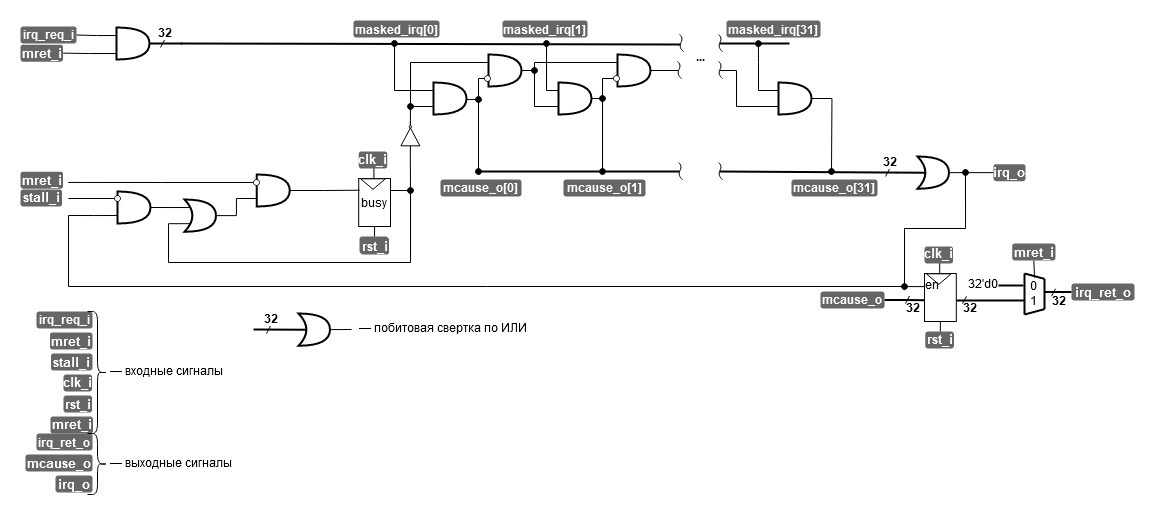
The draw.io diagram .pic/Labs/lab_10_irq/fig_05.drawio.png in MPSU/APS, before a commit. Source tidied: cells renumbered, new cells last; positions are measured from the earlier drawing's top-left corner, leaving out a move shared by most shapes.
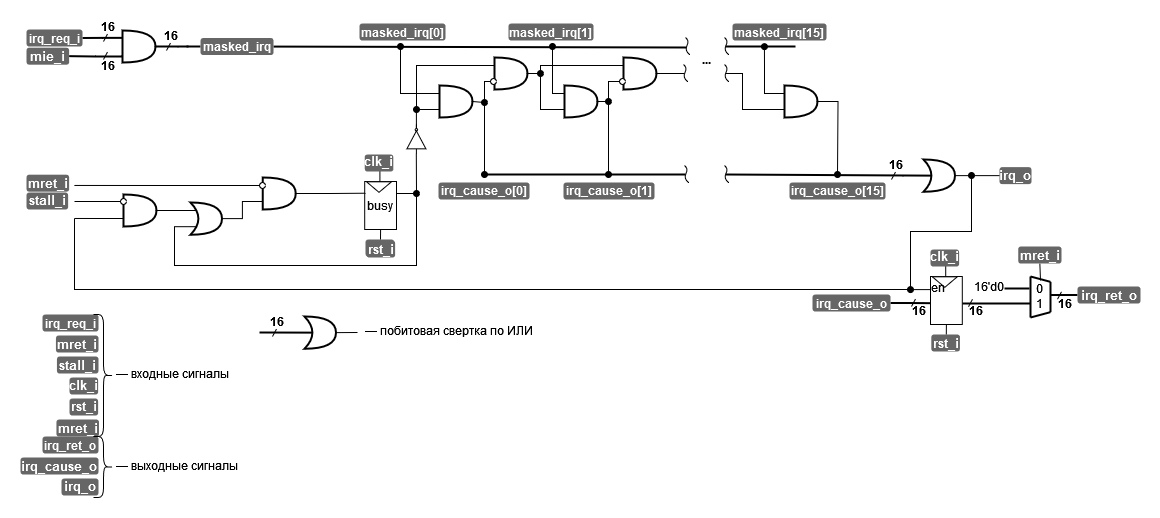
Above is the later version.

Commit message:
ЛР10. Переработка mcause

The edit, as a diff of the source:
```diff
@@ -128,9 +128,8 @@
     <mxCell id="28" style="shape=or;whiteSpace=wrap;html=1;strokeWidth=2;" parent="1" vertex="1">
       <mxGeometry x="413" y="62" width="33" height="32" as="geometry" />
     </mxCell>
-    <mxCell id="29" style="endArrow=none;html=1;rounded=0;strokeWidth=2;" parent="1" edge="1">
+    <mxCell id="29" style="endArrow=none;html=1;rounded=0;strokeWidth=2;" parent="1" edge="1" source="138">
       <mxGeometry relative="1" as="geometry">
-        <mxPoint x="160" y="23" as="sourcePoint" />
         <mxPoint x="660" y="24" as="targetPoint" />
       </mxGeometry>
     </mxCell>
@@ -299,8 +298,8 @@
         <mxPoint x="699" y="151" as="sourcePoint" />
       </mxGeometry>
     </mxCell>
-    <mxCell id="54" value="mcause_o[31]" style="text;html=1;strokeColor=none;fillColor=#666666;align=center;verticalAlign=middle;whiteSpace=wrap;rounded=1;fontStyle=1;fontColor=#FFFFFF;" parent="1" vertex="1">
-      <mxGeometry x="771" y="159" width="86" height="17" as="geometry" />
+    <mxCell id="54" value="irq_cause_o[15]" style="text;html=1;strokeColor=none;fillColor=#666666;align=center;verticalAlign=middle;whiteSpace=wrap;rounded=1;fontStyle=1;fontColor=#FFFFFF;" parent="1" vertex="1">
+      <mxGeometry x="763" y="159" width="96" height="17" as="geometry" />
     </mxCell>
     <mxCell id="55" style="edgeStyle=orthogonalEdgeStyle;rounded=0;jettySize=auto;html=1;exitX=1;exitY=0.5;exitDx=0;exitDy=0;exitPerimeter=0;entryX=0;entryY=0.5;entryDx=0;entryDy=0;endArrow=none;endFill=0;" parent="1" edge="1" source="56" target="23">
       <mxGeometry relative="1" as="geometry" />
@@ -308,11 +307,11 @@
     <mxCell id="56" style="shape=xor;whiteSpace=wrap;html=1;rounded=1;strokeColor=#000000;fontSize=16;fontColor=#000000;fillColor=none;rotation=0;comic=0;jiggle=0.5;strokeWidth=2;" parent="1" vertex="1">
       <mxGeometry x="897" y="136" width="31.5" height="32.2" as="geometry" />
     </mxCell>
-    <mxCell id="57" value="mcause_o[1]" style="text;html=1;strokeColor=none;fillColor=#666666;align=center;verticalAlign=middle;whiteSpace=wrap;rounded=1;fontStyle=1;fontColor=#FFFFFF;" parent="1" vertex="1">
-      <mxGeometry x="543" y="159" width="82" height="17" as="geometry" />
+    <mxCell id="57" value="irq_cause_o[1]" style="text;html=1;strokeColor=none;fillColor=#666666;align=center;verticalAlign=middle;whiteSpace=wrap;rounded=1;fontStyle=1;fontColor=#FFFFFF;" parent="1" vertex="1">
+      <mxGeometry x="537" y="159" width="91" height="17" as="geometry" />
     </mxCell>
-    <mxCell id="58" value="mcause_o[0]" style="text;html=1;strokeColor=none;fillColor=#666666;align=center;verticalAlign=middle;whiteSpace=wrap;rounded=1;fontStyle=1;fontColor=#FFFFFF;" parent="1" vertex="1">
-      <mxGeometry x="420" y="159" width="81" height="17" as="geometry" />
+    <mxCell id="58" value="irq_cause_o[0]" style="text;html=1;strokeColor=none;fillColor=#666666;align=center;verticalAlign=middle;whiteSpace=wrap;rounded=1;fontStyle=1;fontColor=#FFFFFF;" parent="1" vertex="1">
+      <mxGeometry x="412" y="159" width="91" height="17" as="geometry" />
     </mxCell>
     <mxCell id="59" value="masked_irq[0]" style="text;html=1;strokeColor=none;fillColor=#666666;align=center;verticalAlign=middle;whiteSpace=wrap;rounded=1;fontStyle=1;fontColor=#FFFFFF;" parent="1" vertex="1">
       <mxGeometry x="333" width="86" height="17" as="geometry" />
@@ -320,7 +319,7 @@
     <mxCell id="60" value="masked_irq[1]" style="text;html=1;strokeColor=none;fillColor=#666666;align=center;verticalAlign=middle;whiteSpace=wrap;rounded=1;fontStyle=1;fontColor=#FFFFFF;" parent="1" vertex="1">
       <mxGeometry x="482" width="85" height="17" as="geometry" />
     </mxCell>
-    <mxCell id="61" value="masked_irq[31]" style="text;html=1;strokeColor=none;fillColor=#666666;align=center;verticalAlign=middle;whiteSpace=wrap;rounded=1;fontStyle=1;fontColor=#FFFFFF;" parent="1" vertex="1">
+    <mxCell id="61" value="masked_irq[15]" style="text;html=1;strokeColor=none;fillColor=#666666;align=center;verticalAlign=middle;whiteSpace=wrap;rounded=1;fontStyle=1;fontColor=#FFFFFF;" parent="1" vertex="1">
       <mxGeometry x="706" width="94" height="17" as="geometry" />
     </mxCell>
     <mxCell id="62" style="edgeStyle=orthogonalEdgeStyle;rounded=0;jettySize=auto;html=1;exitX=0;exitY=0.75;exitDx=0;exitDy=0;exitPerimeter=0;endArrow=oval;endFill=1;" parent="1" edge="1" source="63">
@@ -377,8 +376,8 @@
     <mxCell id="74" style="edgeStyle=orthogonalEdgeStyle;rounded=0;jettySize=auto;html=1;exitX=1;exitY=0.5;exitDx=0;exitDy=0;entryX=0.012;entryY=0.556;entryDx=0;entryDy=0;entryPerimeter=0;endArrow=none;endFill=0;strokeWidth=2;" parent="1" edge="1" source="75" target="66">
       <mxGeometry relative="1" as="geometry" />
     </mxCell>
-    <mxCell id="75" value="mcause_o" style="text;html=1;strokeColor=none;fillColor=#666666;align=center;verticalAlign=middle;whiteSpace=wrap;rounded=1;fontStyle=1;fontColor=#FFFFFF;" parent="1" vertex="1">
-      <mxGeometry x="800" y="271" width="64" height="17" as="geometry" />
+    <mxCell id="75" value="irq_cause_o" style="text;html=1;strokeColor=none;fillColor=#666666;align=center;verticalAlign=middle;whiteSpace=wrap;rounded=1;fontStyle=1;fontColor=#FFFFFF;" parent="1" vertex="1">
+      <mxGeometry x="786" y="271" width="78" height="17" as="geometry" />
     </mxCell>
     <mxCell id="76" style="edgeStyle=orthogonalEdgeStyle;rounded=0;orthogonalLoop=1;jettySize=auto;html=1;exitX=0;exitY=0.5;exitDx=0;exitDy=0;endArrow=none;endFill=0;entryX=0;entryY=0.5;entryDx=0;entryDy=0;strokeOpacity=100;fillOpacity=100;" parent="1" edge="1">
       <mxGeometry relative="1" as="geometry">
@@ -386,7 +385,7 @@
         <mxPoint x="876" y="152" as="targetPoint" />
       </mxGeometry>
     </mxCell>
-    <mxCell id="77" value="&lt;font style=&quot;font-size: 12px;&quot;&gt;&lt;b&gt;32&lt;br&gt;&lt;/b&gt;&lt;/font&gt;" style="text;whiteSpace=wrap;html=1;spacingTop=-9;strokeOpacity=100;fillOpacity=100;" parent="1" vertex="1">
+    <mxCell id="77" value="&lt;b&gt;16&lt;/b&gt;" style="text;whiteSpace=wrap;html=1;spacingTop=-9;strokeOpacity=100;fillOpacity=100;" parent="1" vertex="1">
       <mxGeometry x="861" y="137" width="14" height="10" as="geometry" />
     </mxCell>
     <mxCell id="78" style="endArrow=none;html=1;rounded=0;strokeOpacity=100;fillOpacity=100;" parent="1" edge="1">
@@ -401,7 +400,7 @@
         <mxPoint x="896" y="279" as="targetPoint" />
       </mxGeometry>
     </mxCell>
-    <mxCell id="80" value="&lt;font style=&quot;font-size: 12px;&quot;&gt;&lt;b&gt;32&lt;br&gt;&lt;/b&gt;&lt;/font&gt;" style="text;whiteSpace=wrap;html=1;spacingTop=-9;strokeOpacity=100;fillOpacity=100;" parent="1" vertex="1">
+    <mxCell id="80" value="&lt;b&gt;16&lt;/b&gt;" style="text;whiteSpace=wrap;html=1;spacingTop=-9;strokeOpacity=100;fillOpacity=100;" parent="1" vertex="1">
       <mxGeometry x="884" y="283" width="14" height="10" as="geometry" />
     </mxCell>
     <mxCell id="81" style="endArrow=none;html=1;rounded=0;strokeOpacity=100;fillOpacity=100;" parent="1" edge="1">
@@ -455,7 +454,7 @@
         <mxPoint x="1003" y="265" as="targetPoint" />
       </mxGeometry>
     </mxCell>
-    <mxCell id="91" value="32'd0" style="text;html=1;strokeColor=none;fillColor=none;align=center;verticalAlign=middle;whiteSpace=wrap;rounded=0;" parent="1" vertex="1">
+    <mxCell id="91" value="16'd0" style="text;html=1;strokeColor=none;fillColor=none;align=center;verticalAlign=middle;whiteSpace=wrap;rounded=0;" parent="1" vertex="1">
       <mxGeometry x="948" y="257" width="29" height="12" as="geometry" />
     </mxCell>
     <mxCell id="92" style="edgeStyle=orthogonalEdgeStyle;rounded=0;jettySize=auto;html=1;exitX=0.5;exitY=1;exitDx=0;exitDy=0;endArrow=none;endFill=0;" parent="1" edge="1" source="93">
@@ -480,7 +479,7 @@
         <mxPoint x="1042" y="271.8" as="targetPoint" />
       </mxGeometry>
     </mxCell>
-    <mxCell id="97" value="&lt;font style=&quot;font-size: 12px;&quot;&gt;&lt;b&gt;32&lt;br&gt;&lt;/b&gt;&lt;/font&gt;" style="text;whiteSpace=wrap;html=1;spacingTop=-9;strokeOpacity=100;fillOpacity=100;" parent="1" vertex="1">
+    <mxCell id="97" value="&lt;b&gt;16&lt;/b&gt;" style="text;whiteSpace=wrap;html=1;spacingTop=-9;strokeOpacity=100;fillOpacity=100;" parent="1" vertex="1">
       <mxGeometry x="1030" y="275.8" width="14" height="10" as="geometry" />
     </mxCell>
     <mxCell id="98" style="endArrow=none;html=1;rounded=0;strokeOpacity=100;fillOpacity=100;" parent="1" edge="1">
@@ -495,7 +494,7 @@
         <mxPoint x="953" y="279.2" as="targetPoint" />
       </mxGeometry>
     </mxCell>
-    <mxCell id="100" value="&lt;font style=&quot;font-size: 12px;&quot;&gt;&lt;b&gt;32&lt;br&gt;&lt;/b&gt;&lt;/font&gt;" style="text;whiteSpace=wrap;html=1;spacingTop=-9;strokeOpacity=100;fillOpacity=100;" parent="1" vertex="1">
+    <mxCell id="100" value="&lt;b&gt;16&lt;/b&gt;" style="text;whiteSpace=wrap;html=1;spacingTop=-9;strokeOpacity=100;fillOpacity=100;" parent="1" vertex="1">
       <mxGeometry x="941" y="283.2" width="14" height="10" as="geometry" />
     </mxCell>
     <mxCell id="101" style="endArrow=none;html=1;rounded=0;strokeOpacity=100;fillOpacity=100;" parent="1" edge="1">
@@ -516,7 +515,7 @@
         <mxPoint x="151" y="23" as="targetPoint" />
       </mxGeometry>
     </mxCell>
-    <mxCell id="104" value="&lt;font style=&quot;font-size: 12px;&quot;&gt;&lt;b&gt;32&lt;br&gt;&lt;/b&gt;&lt;/font&gt;" style="text;whiteSpace=wrap;html=1;spacingTop=-9;strokeOpacity=100;fillOpacity=100;" parent="1" vertex="1">
+    <mxCell id="104" value="&lt;b&gt;16&lt;/b&gt;" style="text;whiteSpace=wrap;html=1;spacingTop=-9;strokeOpacity=100;fillOpacity=100;" parent="1" vertex="1">
       <mxGeometry x="136" y="8" width="14" height="10" as="geometry" />
     </mxCell>
     <mxCell id="105" style="endArrow=none;html=1;rounded=0;strokeOpacity=100;fillOpacity=100;" parent="1" edge="1">
@@ -534,7 +533,7 @@
         <mxPoint x="257" y="309" as="targetPoint" />
       </mxGeometry>
     </mxCell>
-    <mxCell id="108" value="&lt;font style=&quot;font-size: 12px;&quot;&gt;&lt;b&gt;32&lt;br&gt;&lt;/b&gt;&lt;/font&gt;" style="text;whiteSpace=wrap;html=1;spacingTop=-9;strokeOpacity=100;fillOpacity=100;" parent="1" vertex="1">
+    <mxCell id="108" value="&lt;b&gt;16&lt;/b&gt;" style="text;whiteSpace=wrap;html=1;spacingTop=-9;strokeOpacity=100;fillOpacity=100;" parent="1" vertex="1">
       <mxGeometry x="242" y="294" width="14" height="10" as="geometry" />
     </mxCell>
     <mxCell id="109" style="endArrow=none;html=1;rounded=0;strokeOpacity=100;fillOpacity=100;" parent="1" edge="1">
@@ -574,10 +573,10 @@
     <mxCell id="118" value="&lt;font color=&quot;#ffffff&quot; style=&quot;font-size: 13px;&quot;&gt;rst_i&lt;/font&gt;" style="text;html=1;strokeColor=none;fillColor=#666666;align=center;verticalAlign=middle;whiteSpace=wrap;rounded=1;fontSize=9;fontColor=#000000;comic=0;jiggle=0.5;strokeOpacity=100;fillOpacity=100;fontStyle=1;" parent="1" vertex="1">
       <mxGeometry x="43" y="375" width="28.6" height="17" as="geometry" />
     </mxCell>
-    <mxCell id="119" style="edgeStyle=orthogonalEdgeStyle;rounded=0;jettySize=auto;html=1;exitX=0;exitY=0.25;exitDx=0;exitDy=0;exitPerimeter=0;entryX=1;entryY=0.5;entryDx=0;entryDy=0;endArrow=none;endFill=0;" parent="1" edge="1" source="121" target="122">
+    <mxCell id="119" style="edgeStyle=orthogonalEdgeStyle;rounded=0;jettySize=auto;html=1;exitX=0.007;exitY=0.23;exitDx=0;exitDy=0;exitPerimeter=0;entryX=1;entryY=0.5;entryDx=0;entryDy=0;endArrow=none;endFill=0;strokeWidth=2;" parent="1" edge="1" source="121" target="122">
       <mxGeometry relative="1" as="geometry" />
     </mxCell>
-    <mxCell id="120" style="edgeStyle=orthogonalEdgeStyle;rounded=0;jettySize=auto;html=1;exitX=0;exitY=0.75;exitDx=0;exitDy=0;exitPerimeter=0;entryX=1;entryY=0.5;entryDx=0;entryDy=0;endArrow=none;endFill=0;" parent="1" edge="1" source="121" target="123">
+    <mxCell id="120" style="edgeStyle=orthogonalEdgeStyle;rounded=0;jettySize=auto;html=1;exitX=0;exitY=0.75;exitDx=0;exitDy=0;exitPerimeter=0;entryX=1;entryY=0.5;entryDx=0;entryDy=0;endArrow=none;endFill=0;strokeWidth=2;" parent="1" edge="1" source="121" target="123">
       <mxGeometry relative="1" as="geometry">
         <Array as="points">
           <mxPoint x="96" y="33" />
@@ -591,7 +590,7 @@
     <mxCell id="122" value="irq_req_i" style="text;html=1;strokeColor=none;fillColor=#666666;align=center;verticalAlign=middle;whiteSpace=wrap;rounded=1;fontStyle=1;fontColor=#FFFFFF;" parent="1" vertex="1">
       <mxGeometry y="6" width="56" height="17" as="geometry" />
     </mxCell>
-    <mxCell id="123" value="&lt;b&gt;&lt;font style=&quot;font-size: 13px;&quot; color=&quot;#ffffff&quot;&gt;mret&lt;/font&gt;&lt;font color=&quot;#ffffff&quot; style=&quot;font-size: 13px;&quot;&gt;_i&lt;/font&gt;&lt;/b&gt;" style="text;html=1;strokeColor=none;fillColor=#666666;align=center;verticalAlign=middle;whiteSpace=wrap;rounded=1;fontSize=13;fontColor=#000000;comic=0;jiggle=0.5;strokeOpacity=100;fillOpacity=100;" parent="1" vertex="1">
+    <mxCell id="123" value="&lt;b&gt;&lt;font style=&quot;font-size: 13px;&quot; color=&quot;#ffffff&quot;&gt;mie&lt;/font&gt;&lt;font color=&quot;#ffffff&quot; style=&quot;font-size: 13px;&quot;&gt;_i&lt;/font&gt;&lt;/b&gt;" style="text;html=1;strokeColor=none;fillColor=#666666;align=center;verticalAlign=middle;whiteSpace=wrap;rounded=1;fontSize=13;fontColor=#000000;comic=0;jiggle=0.5;strokeOpacity=100;fillOpacity=100;" parent="1" vertex="1">
       <mxGeometry y="24.2" width="42.6" height="17" as="geometry" />
     </mxCell>
     <mxCell id="124" value="&lt;b&gt;&lt;font style=&quot;font-size: 13px;&quot; color=&quot;#ffffff&quot;&gt;mret&lt;/font&gt;&lt;font color=&quot;#ffffff&quot; style=&quot;font-size: 13px;&quot;&gt;_i&lt;/font&gt;&lt;/b&gt;" style="text;html=1;strokeColor=none;fillColor=#666666;align=center;verticalAlign=middle;whiteSpace=wrap;rounded=1;fontSize=13;fontColor=#000000;comic=0;jiggle=0.5;strokeOpacity=100;fillOpacity=100;" parent="1" vertex="1">
@@ -606,8 +605,8 @@
     <mxCell id="127" value="irq_ret_o" style="text;html=1;strokeColor=none;fillColor=#666666;align=center;verticalAlign=middle;whiteSpace=wrap;rounded=1;fontStyle=1;fontColor=#FFFFFF;" parent="1" vertex="1">
       <mxGeometry x="16" y="413" width="56" height="17" as="geometry" />
     </mxCell>
-    <mxCell id="128" value="&lt;font color=&quot;#ffffff&quot;&gt;&lt;b&gt;mcause_o&lt;/b&gt;&lt;/font&gt;" style="text;html=1;strokeColor=none;fillColor=#666666;align=center;verticalAlign=middle;whiteSpace=wrap;rounded=1;fontSize=13;fontColor=#000000;comic=0;jiggle=0.5;strokeOpacity=100;fillOpacity=100;" parent="1" vertex="1">
-      <mxGeometry x="5" y="434" width="67" height="17" as="geometry" />
+    <mxCell id="128" value="&lt;font color=&quot;#ffffff&quot;&gt;&lt;b&gt;irq_cause_o&lt;/b&gt;&lt;/font&gt;" style="text;html=1;strokeColor=none;fillColor=#666666;align=center;verticalAlign=middle;whiteSpace=wrap;rounded=1;fontSize=13;fontColor=#000000;comic=0;jiggle=0.5;strokeOpacity=100;fillOpacity=100;" parent="1" vertex="1">
+      <mxGeometry x="-6" y="434" width="78" height="17" as="geometry" />
     </mxCell>
     <mxCell id="129" value="&lt;font color=&quot;#ffffff&quot; style=&quot;font-size: 13px;&quot;&gt;irq_o&lt;/font&gt;" style="text;html=1;strokeColor=none;fillColor=#666666;align=center;verticalAlign=middle;whiteSpace=wrap;rounded=1;fontSize=9;fontColor=#000000;comic=0;jiggle=0.5;strokeOpacity=100;fillOpacity=100;fontStyle=1;" parent="1" vertex="1">
       <mxGeometry x="35" y="455" width="37" height="17" as="geometry" />
@@ -618,5 +617,37 @@
     <mxCell id="131" value="— выходные сигналы" style="text;html=1;strokeColor=none;fillColor=none;align=center;verticalAlign=middle;whiteSpace=wrap;rounded=0;" parent="1" vertex="1">
       <mxGeometry x="56" y="427" width="190" height="30" as="geometry" />
     </mxCell>
+    <mxCell id="132" style="edgeStyle=orthogonalEdgeStyle;rounded=0;orthogonalLoop=1;jettySize=auto;html=1;exitX=0;exitY=0.5;exitDx=0;exitDy=0;endArrow=none;endFill=0;entryX=0;entryY=0.5;entryDx=0;entryDy=0;strokeOpacity=100;fillOpacity=100;" parent="1" edge="1">
+      <mxGeometry relative="1" as="geometry">
+        <mxPoint x="89" y="14.5" as="sourcePoint" />
+        <mxPoint x="88" y="14" as="targetPoint" />
+      </mxGeometry>
+    </mxCell>
+    <mxCell id="133" value="&lt;b&gt;16&lt;/b&gt;" style="text;whiteSpace=wrap;html=1;spacingTop=-9;strokeOpacity=100;fillOpacity=100;" parent="1" vertex="1">
+      <mxGeometry x="73" y="-1" width="14" height="10" as="geometry" />
+    </mxCell>
+    <mxCell id="134" style="endArrow=none;html=1;rounded=0;strokeOpacity=100;fillOpacity=100;" parent="1" edge="1">
+      <mxGeometry relative="1" as="geometry">
+        <mxPoint x="77" y="18" as="sourcePoint" />
+        <mxPoint x="81" y="10.5" as="targetPoint" />
+      </mxGeometry>
+    </mxCell>
+    <mxCell id="135" value="&lt;b&gt;16&lt;/b&gt;" style="text;whiteSpace=wrap;html=1;spacingTop=-9;strokeOpacity=100;fillOpacity=100;" parent="1" vertex="1">
+      <mxGeometry x="73" y="38" width="14" height="10" as="geometry" />
+    </mxCell>
+    <mxCell id="136" style="endArrow=none;html=1;rounded=0;strokeOpacity=100;fillOpacity=100;" parent="1" edge="1">
+      <mxGeometry relative="1" as="geometry">
+        <mxPoint x="77" y="36" as="sourcePoint" />
+        <mxPoint x="81" y="28.5" as="targetPoint" />
+      </mxGeometry>
+    </mxCell>
+    <mxCell id="137" style="endArrow=none;html=1;rounded=0;strokeWidth=2;" parent="1" edge="1" target="138">
+      <mxGeometry relative="1" as="geometry">
+        <mxPoint x="160" y="23" as="sourcePoint" />
+      </mxGeometry>
+    </mxCell>
+    <mxCell id="138" value="masked_irq" style="text;html=1;strokeColor=none;fillColor=#666666;align=center;verticalAlign=middle;whiteSpace=wrap;rounded=1;fontStyle=1;fontColor=#FFFFFF;" parent="1" vertex="1">
+      <mxGeometry x="174" y="14.5" width="73" height="17" as="geometry" />
+    </mxCell>
   </root>
 </mxGraphModel>
```
